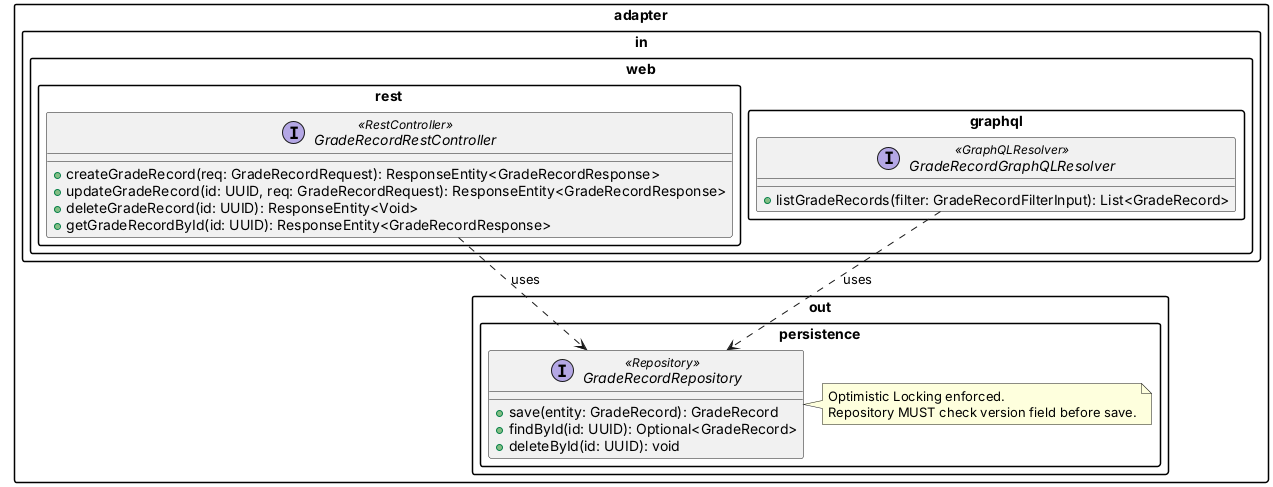
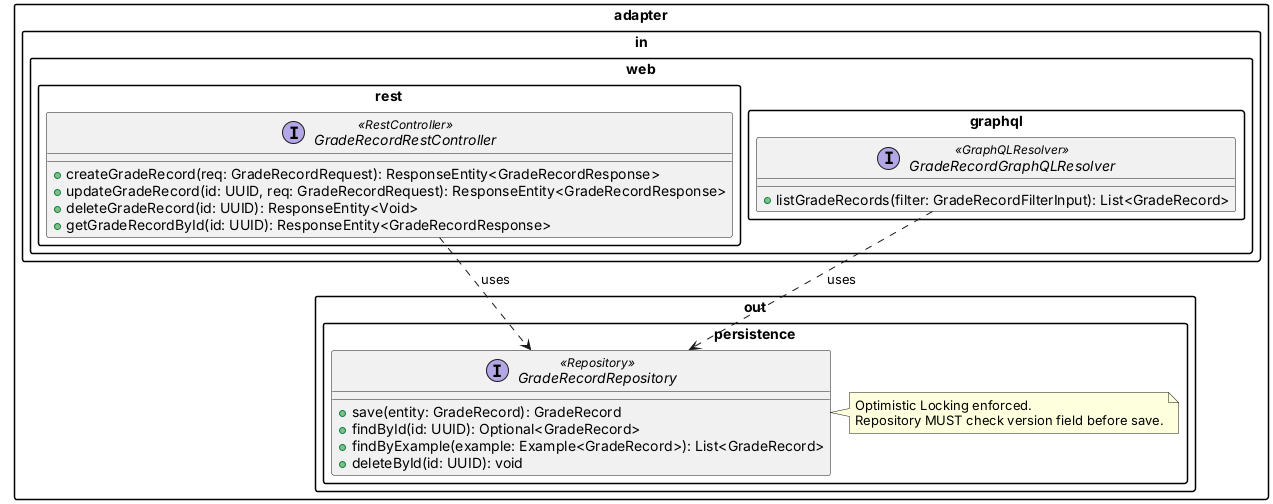
@startuml grade_record_contract

!pragma layout smetana
skinparam packageStyle rectangle
skinparam defaultFontName Inter

package "adapter.in.web.rest" {
  interface "GradeRecordRestController" <<RestController>> {
    + createGradeRecord(req: GradeRecordRequest): ResponseEntity<GradeRecordResponse>
    + updateGradeRecord(id: UUID, req: GradeRecordRequest): ResponseEntity<GradeRecordResponse>
    + deleteGradeRecord(id: UUID): ResponseEntity<Void>
    + getGradeRecordById(id: UUID): ResponseEntity<GradeRecordResponse>
  }
}

package "adapter.in.web.graphql" {
  interface "GradeRecordGraphQLResolver" <<GraphQLResolver>> {
    + listGradeRecords(filter: GradeRecordFilterInput): List<GradeRecord>
  }
}

package "adapter.out.persistence" {
  interface "GradeRecordRepository" <<Repository>> {
    + save(entity: GradeRecord): GradeRecord
    + findById(id: UUID): Optional<GradeRecord>
+     + findByExample(example: Example<GradeRecord>): List<GradeRecord>
    + deleteById(id: UUID): void
  }
  note right of GradeRecordRepository
    Optimistic Locking enforced.
    Repository MUST check version field before save.
  end note
}

' === Dependency Arrows ===
"GradeRecordRestController"  ..> "GradeRecordRepository" : uses
"GradeRecordGraphQLResolver" ..> "GradeRecordRepository" : uses

@enduml
